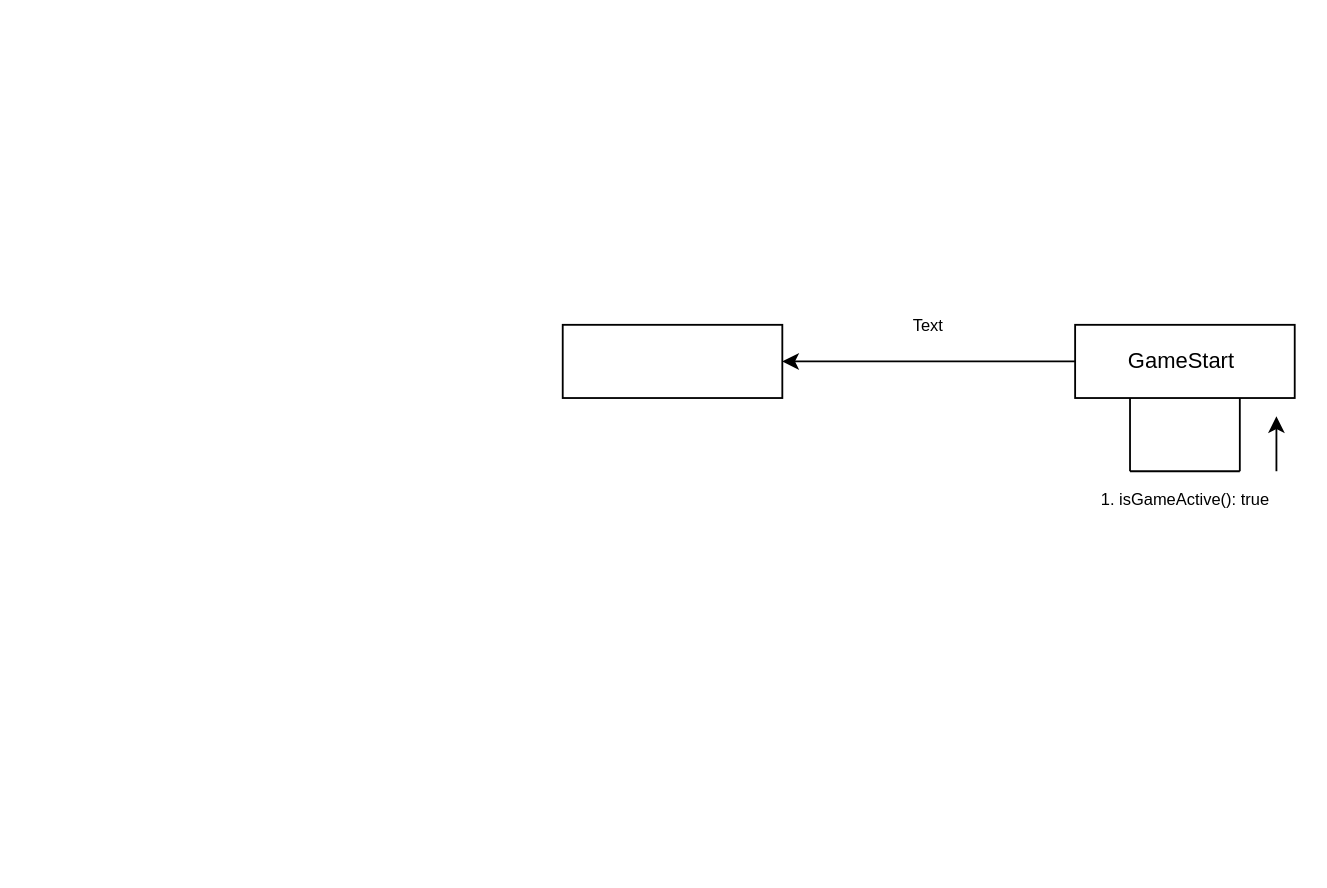
Earlier version of the draw.io diagram es2/es2.drawio (rickzerahh/UNICAP). Source tidied: cells renumbered, new cells numbered last; positions are measured from the earlier drawing's top-left corner, leaving out a move shared by most shapes. Both pictures are drawn from the tidied source at 183%, with x=0, y=0 at pixel (562, 306).
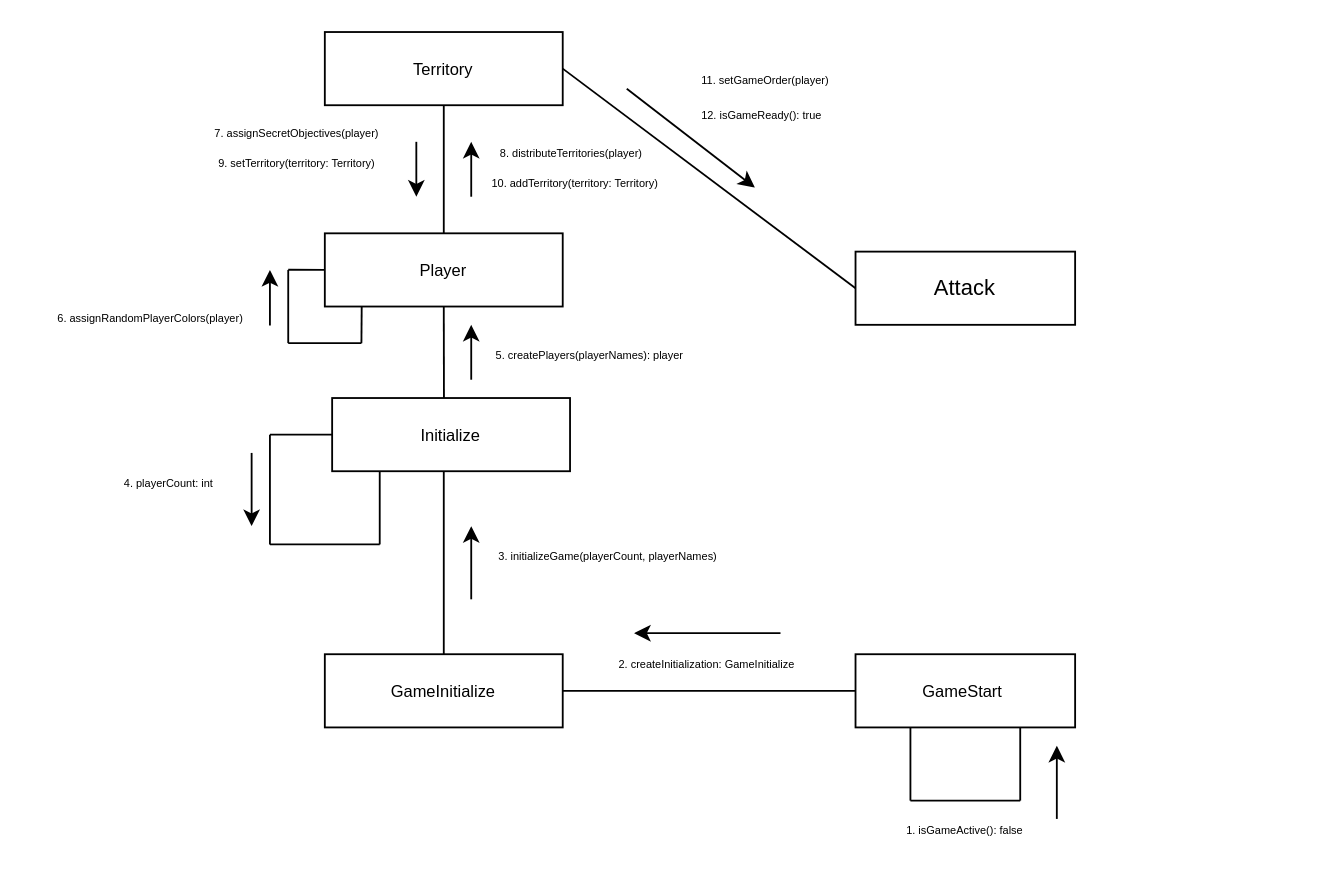
After the change.

Change to the diagram source:
```diff
@@
-    <mxCell id="2" style="edgeStyle=orthogonalEdgeStyle;rounded=0;jettySize=auto;html=1;exitX=0;exitY=0.5;exitDx=0;exitDy=0;entryX=1;entryY=0.5;entryDx=0;entryDy=0;" parent="1" edge="1" source="3" target="9">
-      <mxGeometry relative="1" as="geometry" />
-    </mxCell>
-    <mxCell id="3" value="GameStart&amp;nbsp;" style="rounded=0;whiteSpace=wrap;html=1;" parent="1" vertex="1">
-      <mxGeometry x="280" y="10" width="120" height="40" as="geometry" />
+    <mxCell id="3" value="&lt;font style=&quot;font-size: 9px;&quot;&gt;GameStart&amp;nbsp;&lt;/font&gt;" style="rounded=0;whiteSpace=wrap;html=1;" parent="1" vertex="1">
+      <mxGeometry x="160" y="190" width="120" height="40" as="geometry" />
     </mxCell>
     <mxCell id="4" style="endArrow=none;html=1;rounded=0;entryX=0.25;entryY=1;entryDx=0;entryDy=0;" parent="1" edge="1" target="3">
       <mxGeometry relative="1" as="geometry">
-        <mxPoint x="310" y="90" as="sourcePoint" />
+        <mxPoint x="190" y="270" as="sourcePoint" />
       </mxGeometry>
     </mxCell>
     <mxCell id="5" style="endArrow=none;html=1;rounded=0;" parent="1" edge="1">
       <mxGeometry relative="1" as="geometry">
-        <mxPoint x="310" y="90" as="sourcePoint" />
-        <mxPoint x="370" y="90" as="targetPoint" />
+        <mxPoint x="190" y="270" as="sourcePoint" />
+        <mxPoint x="250" y="270" as="targetPoint" />
       </mxGeometry>
     </mxCell>
     <mxCell id="6" style="endArrow=none;html=1;rounded=0;entryX=0.75;entryY=1;entryDx=0;entryDy=0;" parent="1" edge="1" target="3">
       <mxGeometry relative="1" as="geometry">
-        <mxPoint x="370" y="90" as="sourcePoint" />
+        <mxPoint x="250" y="270" as="sourcePoint" />
       </mxGeometry>
     </mxCell>
     <mxCell id="7" style="endArrow=classic;html=1;rounded=0;" parent="1" edge="1">
       <mxGeometry relative="1" as="geometry">
-        <mxPoint x="390" y="90" as="sourcePoint" />
-        <mxPoint x="390" y="60" as="targetPoint" />
+        <mxPoint x="270" y="280" as="sourcePoint" />
+        <mxPoint x="270" y="240" as="targetPoint" />
       </mxGeometry>
     </mxCell>
-    <mxCell id="8" value="&lt;font style=&quot;font-size: 9px;&quot;&gt;1. isGameActive(): true&lt;/font&gt;" style="text;html=1;align=center;verticalAlign=middle;whiteSpace=wrap;rounded=0;" parent="1" vertex="1">
-      <mxGeometry x="292.5" y="90" width="95" height="30" as="geometry" />
+    <mxCell id="8" value="&lt;font style=&quot;font-size: 6px;&quot;&gt;1. isGameActive(): false&lt;/font&gt;" style="text;html=1;align=center;verticalAlign=middle;whiteSpace=wrap;rounded=0;" parent="1" vertex="1">
+      <mxGeometry x="171.2" y="270" width="97.5" height="30" as="geometry" />
     </mxCell>
-    <mxCell id="9" style="rounded=0;whiteSpace=wrap;html=1;" parent="1" vertex="1">
-      <mxGeometry y="10" width="120" height="40" as="geometry" />
+    <mxCell id="9" value="&lt;font style=&quot;font-size: 9px;&quot;&gt;GameInitialize&lt;/font&gt;" style="rounded=0;whiteSpace=wrap;html=1;" parent="1" vertex="1">
+      <mxGeometry x="-130" y="190" width="130" height="40" as="geometry" />
     </mxCell>
-    <mxCell id="10" value="&lt;font style=&quot;font-size: 9px;&quot;&gt;Text&lt;/font&gt;" style="text;html=1;align=center;verticalAlign=middle;whiteSpace=wrap;rounded=0;" parent="1" vertex="1">
-      <mxGeometry x="130" width="140" height="20" as="geometry" />
+    <mxCell id="10" value="&lt;font style=&quot;font-size: 6px;&quot;&gt;2. createInitialization: GameInitialize&lt;/font&gt;" style="text;html=1;align=center;verticalAlign=middle;whiteSpace=wrap;rounded=0;" parent="1" vertex="1">
+      <mxGeometry x="4" y="184" width="150" height="20" as="geometry" />
     </mxCell>
+    <mxCell id="11" style="endArrow=none;html=1;rounded=0;exitX=1;exitY=0.5;exitDx=0;exitDy=0;entryX=0;entryY=0.5;entryDx=0;entryDy=0;" parent="1" edge="1" source="9" target="3">
+      <mxGeometry relative="1" as="geometry" />
+    </mxCell>
+    <mxCell id="12" style="endArrow=none;html=1;rounded=0;" parent="1" edge="1" source="9">
+      <mxGeometry relative="1" as="geometry">
+        <mxPoint x="-65" y="80" as="targetPoint" />
+      </mxGeometry>
+    </mxCell>
+    <mxCell id="13" style="endArrow=classic;html=1;rounded=0;" parent="1" edge="1">
+      <mxGeometry relative="1" as="geometry">
+        <mxPoint x="119" y="178.5" as="sourcePoint" />
+        <mxPoint x="39" y="178.5" as="targetPoint" />
+      </mxGeometry>
+    </mxCell>
+    <mxCell id="14" value="&lt;font style=&quot;font-size: 6px;&quot;&gt;3. initializeGame(playerCount, playerNames)&lt;/font&gt;" style="text;html=1;align=center;verticalAlign=middle;whiteSpace=wrap;rounded=0;" parent="1" vertex="1">
+      <mxGeometry x="-60" y="120" width="170" height="30" as="geometry" />
+    </mxCell>
+    <mxCell id="15" style="endArrow=classic;html=1;rounded=0;" parent="1" edge="1">
+      <mxGeometry relative="1" as="geometry">
+        <mxPoint x="-50" y="160" as="sourcePoint" />
+        <mxPoint x="-50" y="120" as="targetPoint" />
+      </mxGeometry>
+    </mxCell>
+    <mxCell id="16" value="&lt;font style=&quot;font-size: 9px;&quot;&gt;Initialize&lt;/font&gt;" style="rounded=0;whiteSpace=wrap;html=1;" parent="1" vertex="1">
+      <mxGeometry x="-126" y="50" width="130" height="40" as="geometry" />
+    </mxCell>
+    <mxCell id="17" style="endArrow=none;html=1;rounded=0;exitX=0;exitY=0.5;exitDx=0;exitDy=0;" parent="1" edge="1" source="16">
+      <mxGeometry relative="1" as="geometry">
+        <mxPoint x="-160" y="70" as="targetPoint" />
+      </mxGeometry>
+    </mxCell>
+    <mxCell id="18" style="endArrow=none;html=1;rounded=0;" parent="1" edge="1">
+      <mxGeometry relative="1" as="geometry">
+        <mxPoint x="-160" y="130" as="sourcePoint" />
+        <mxPoint x="-160" y="70" as="targetPoint" />
+      </mxGeometry>
+    </mxCell>
+    <mxCell id="19" style="endArrow=none;html=1;rounded=0;" parent="1" edge="1">
+      <mxGeometry relative="1" as="geometry">
+        <mxPoint x="-100" y="130" as="sourcePoint" />
+        <mxPoint x="-160" y="130" as="targetPoint" />
+      </mxGeometry>
+    </mxCell>
+    <mxCell id="20" style="endArrow=none;html=1;rounded=0;" parent="1" edge="1">
+      <mxGeometry relative="1" as="geometry">
+        <mxPoint x="-100" y="130" as="sourcePoint" />
+        <mxPoint x="-100" y="90" as="targetPoint" />
+      </mxGeometry>
+    </mxCell>
+    <mxCell id="21" value="&lt;font style=&quot;font-size: 6px;&quot;&gt;4. playerCount: int&lt;/font&gt;" style="text;html=1;align=center;verticalAlign=middle;whiteSpace=wrap;rounded=0;" parent="1" vertex="1">
+      <mxGeometry x="-250" y="80" width="70" height="30" as="geometry" />
+    </mxCell>
+    <mxCell id="22" style="endArrow=classic;html=1;rounded=0;" parent="1" edge="1">
+      <mxGeometry relative="1" as="geometry">
+        <mxPoint x="-170" y="80" as="sourcePoint" />
+        <mxPoint x="-170" y="120" as="targetPoint" />
+      </mxGeometry>
+    </mxCell>
+    <mxCell id="23" style="endArrow=none;html=1;rounded=0;exitX=0.664;exitY=0.001;exitDx=0;exitDy=0;exitPerimeter=0;" parent="1" edge="1">
+      <mxGeometry relative="1" as="geometry">
+        <mxPoint x="-64.9" y="50" as="sourcePoint" />
+        <mxPoint x="-65" as="targetPoint" />
+      </mxGeometry>
+    </mxCell>
+    <mxCell id="24" value="&lt;font style=&quot;font-size: 9px;&quot;&gt;Player&lt;/font&gt;" style="rounded=0;whiteSpace=wrap;html=1;" parent="1" vertex="1">
+      <mxGeometry x="-130" y="-40" width="130" height="40" as="geometry" />
+    </mxCell>
+    <mxCell id="25" style="endArrow=classic;html=1;rounded=0;" parent="1" edge="1">
+      <mxGeometry relative="1" as="geometry">
+        <mxPoint x="-50" y="40" as="sourcePoint" />
+        <mxPoint x="-50" y="10" as="targetPoint" />
+      </mxGeometry>
+    </mxCell>
+    <mxCell id="26" value="&lt;font style=&quot;font-size: 6px;&quot;&gt;5. createPlayers(playerNames): player&lt;/font&gt;" style="text;html=1;align=center;verticalAlign=middle;whiteSpace=wrap;rounded=0;" parent="1" vertex="1">
+      <mxGeometry x="-70" y="10" width="170" height="30" as="geometry" />
+    </mxCell>
+    <mxCell id="27" style="endArrow=none;html=1;rounded=0;exitX=0.5;exitY=0;exitDx=0;exitDy=0;" parent="1" edge="1" source="24">
+      <mxGeometry relative="1" as="geometry">
+        <mxPoint x="-65" y="-110" as="targetPoint" />
+      </mxGeometry>
+    </mxCell>
+    <mxCell id="28" value="&lt;font style=&quot;font-size: 9px;&quot;&gt;Territory&lt;/font&gt;" style="rounded=0;whiteSpace=wrap;html=1;" parent="1" vertex="1">
+      <mxGeometry x="-130" y="-150" width="130" height="40" as="geometry" />
+    </mxCell>
+    <mxCell id="29" style="endArrow=none;html=1;rounded=0;" parent="1" edge="1">
+      <mxGeometry relative="1" as="geometry">
+        <mxPoint x="-150" y="20" as="sourcePoint" />
+        <mxPoint x="-150" y="-20" as="targetPoint" />
+      </mxGeometry>
+    </mxCell>
+    <mxCell id="30" value="&lt;font style=&quot;font-size: 6px;&quot;&gt;6. assignRandomPlayerColors(player)&lt;/font&gt;" style="text;html=1;align=center;verticalAlign=middle;whiteSpace=wrap;rounded=0;" parent="1" vertex="1">
+      <mxGeometry x="-290" y="-10" width="130" height="30" as="geometry" />
+    </mxCell>
+    <mxCell id="31" style="endArrow=classic;html=1;rounded=0;exitX=1;exitY=0.678;exitDx=0;exitDy=0;exitPerimeter=0;" parent="1" edge="1" source="30">
+      <mxGeometry relative="1" as="geometry">
+        <mxPoint x="-160" y="-20" as="targetPoint" />
+      </mxGeometry>
+    </mxCell>
+    <mxCell id="32" style="endArrow=none;html=1;rounded=0;" parent="1" edge="1">
+      <mxGeometry relative="1" as="geometry">
+        <mxPoint x="-110" y="20" as="sourcePoint" />
+        <mxPoint x="-150" y="20" as="targetPoint" />
+      </mxGeometry>
+    </mxCell>
+    <mxCell id="33" style="endArrow=none;html=1;rounded=0;exitX=0.155;exitY=1.004;exitDx=0;exitDy=0;exitPerimeter=0;" parent="1" edge="1" source="24">
+      <mxGeometry relative="1" as="geometry">
+        <mxPoint x="-110" y="20" as="targetPoint" />
+      </mxGeometry>
+    </mxCell>
+    <mxCell id="34" style="endArrow=none;html=1;rounded=0;" parent="1" edge="1">
+      <mxGeometry relative="1" as="geometry">
+        <mxPoint x="-130" y="-20" as="sourcePoint" />
+        <mxPoint x="-150" y="-20.1" as="targetPoint" />
+      </mxGeometry>
+    </mxCell>
+    <mxCell id="35" style="endArrow=classic;html=1;rounded=0;" parent="1" edge="1">
+      <mxGeometry relative="1" as="geometry">
+        <mxPoint x="-80" y="-90" as="sourcePoint" />
+        <mxPoint x="-80" y="-60" as="targetPoint" />
+      </mxGeometry>
+    </mxCell>
+    <mxCell id="36" value="&lt;font style=&quot;font-size: 6px;&quot;&gt;&lt;font style=&quot;&quot;&gt;7&lt;/font&gt;&lt;span style=&quot;background-color: initial;&quot;&gt;.&amp;nbsp;&lt;/span&gt;assignSecretObjectives(player)&lt;/font&gt;" style="text;html=1;align=center;verticalAlign=middle;whiteSpace=wrap;rounded=0;" parent="1" vertex="1">
+      <mxGeometry x="-210" y="-111" width="130" height="30" as="geometry" />
+    </mxCell>
+    <mxCell id="37" style="endArrow=classic;html=1;rounded=0;exitX=1;exitY=0.678;exitDx=0;exitDy=0;exitPerimeter=0;" parent="1" edge="1">
+      <mxGeometry relative="1" as="geometry">
+        <mxPoint x="-50" y="-60" as="sourcePoint" />
+        <mxPoint x="-50" y="-90" as="targetPoint" />
+      </mxGeometry>
+    </mxCell>
+    <mxCell id="38" value="&lt;font style=&quot;font-size: 6px;&quot;&gt;&lt;span style=&quot;background-color: initial;&quot;&gt;8.&amp;nbsp;&lt;/span&gt;distributeTerritories(player)&lt;/font&gt;" style="text;html=1;align=center;verticalAlign=middle;whiteSpace=wrap;rounded=0;" parent="1" vertex="1">
+      <mxGeometry x="-60" y="-100" width="130" height="30" as="geometry" />
+    </mxCell>
+    <mxCell id="39" value="&lt;font style=&quot;font-size: 6px;&quot;&gt;&lt;span style=&quot;background-color: initial;&quot;&gt;9.&amp;nbsp;&lt;/span&gt;setTerritory(territory: Territory)&lt;/font&gt;" style="text;html=1;align=center;verticalAlign=middle;whiteSpace=wrap;rounded=0;" parent="1" vertex="1">
+      <mxGeometry x="-210" y="-95" width="130" height="30" as="geometry" />
+    </mxCell>
+    <mxCell id="40" value="Attack" style="rounded=0;whiteSpace=wrap;html=1;" parent="1" vertex="1">
+      <mxGeometry x="160" y="-30" width="120" height="40" as="geometry" />
+    </mxCell>
+    <mxCell id="41" style="endArrow=none;html=1;rounded=0;exitX=1;exitY=0.5;exitDx=0;exitDy=0;entryX=0;entryY=0.5;entryDx=0;entryDy=0;" parent="1" edge="1" source="28" target="40">
+      <mxGeometry relative="1" as="geometry" />
+    </mxCell>
+    <mxCell id="42" value="&lt;font style=&quot;font-size: 6px;&quot;&gt;&lt;span style=&quot;background-color: initial;&quot;&gt;10. add&lt;/span&gt;Territory(territory: Territory)&lt;/font&gt;" style="text;html=1;align=center;verticalAlign=middle;whiteSpace=wrap;rounded=0;" parent="1" vertex="1">
+      <mxGeometry x="-58" y="-84" width="130" height="30" as="geometry" />
+    </mxCell>
+    <mxCell id="43" style="endArrow=classic;html=1;rounded=0;" parent="1" edge="1">
+      <mxGeometry relative="1" as="geometry">
+        <mxPoint x="35" y="-119" as="sourcePoint" />
+        <mxPoint x="105" y="-65" as="targetPoint" />
+      </mxGeometry>
+    </mxCell>
+    <mxCell id="44" value="&lt;font style=&quot;font-size: 6px;&quot;&gt;11. setGameOrder(player)&lt;/font&gt;" style="text;html=1;align=center;verticalAlign=middle;whiteSpace=wrap;rounded=0;" parent="1" vertex="1">
+      <mxGeometry x="72" y="-140" width="78" height="30" as="geometry" />
+    </mxCell>
+    <mxCell id="45" value="&lt;font style=&quot;font-size: 6px;&quot;&gt;12.&amp;nbsp;isGameReady(): true&lt;/font&gt;" style="text;html=1;align=center;verticalAlign=middle;whiteSpace=wrap;rounded=0;" parent="1" vertex="1">
+      <mxGeometry x="74" y="-121" width="70" height="30" as="geometry" />
+    </mxCell>
```
